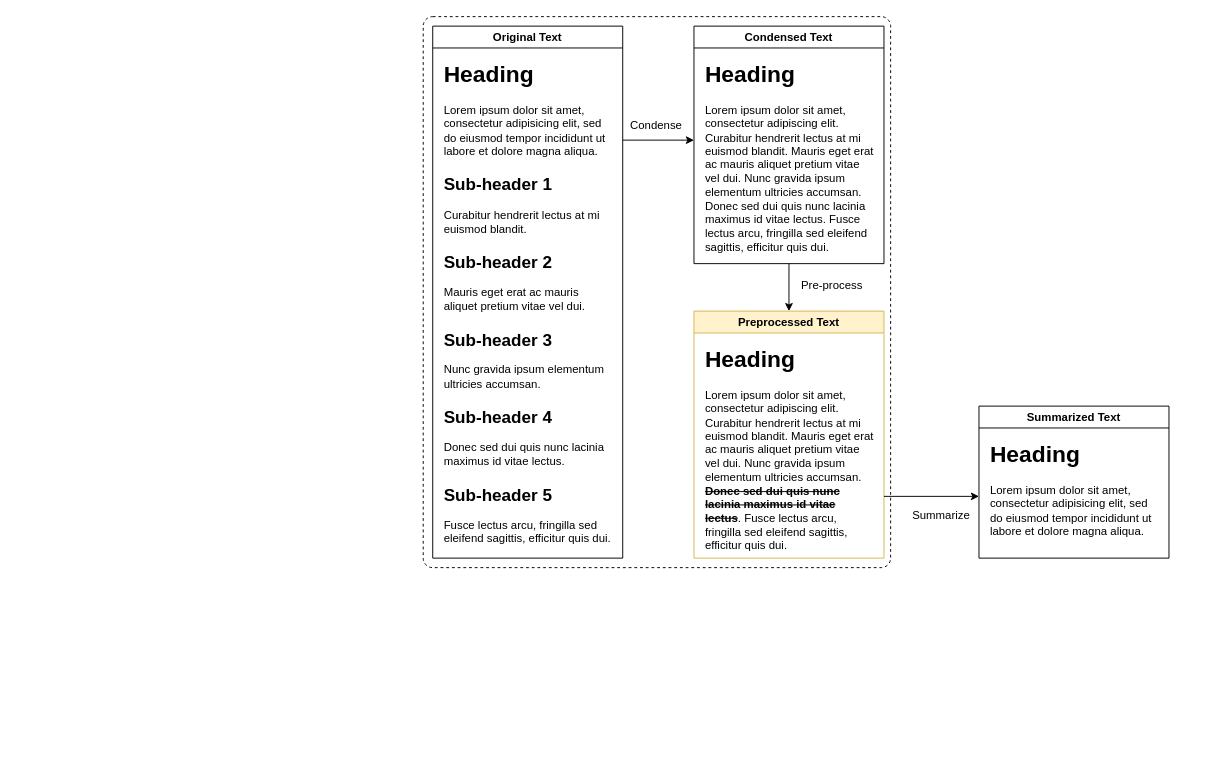
The draw.io diagram page "Proposed data condensing process PPT" (14 of 16) of documents/thesis/diagram/thesis.drawio in Z3n0n3005/Report-Generation, before the edit. Source tidied: cells renumbered, new cells numbered last; positions are measured from the earlier drawing's top-left corner, leaving out a move shared by most shapes. Both pictures are drawn from the tidied source at 95%, with x=0, y=0 at pixel (423, 16).
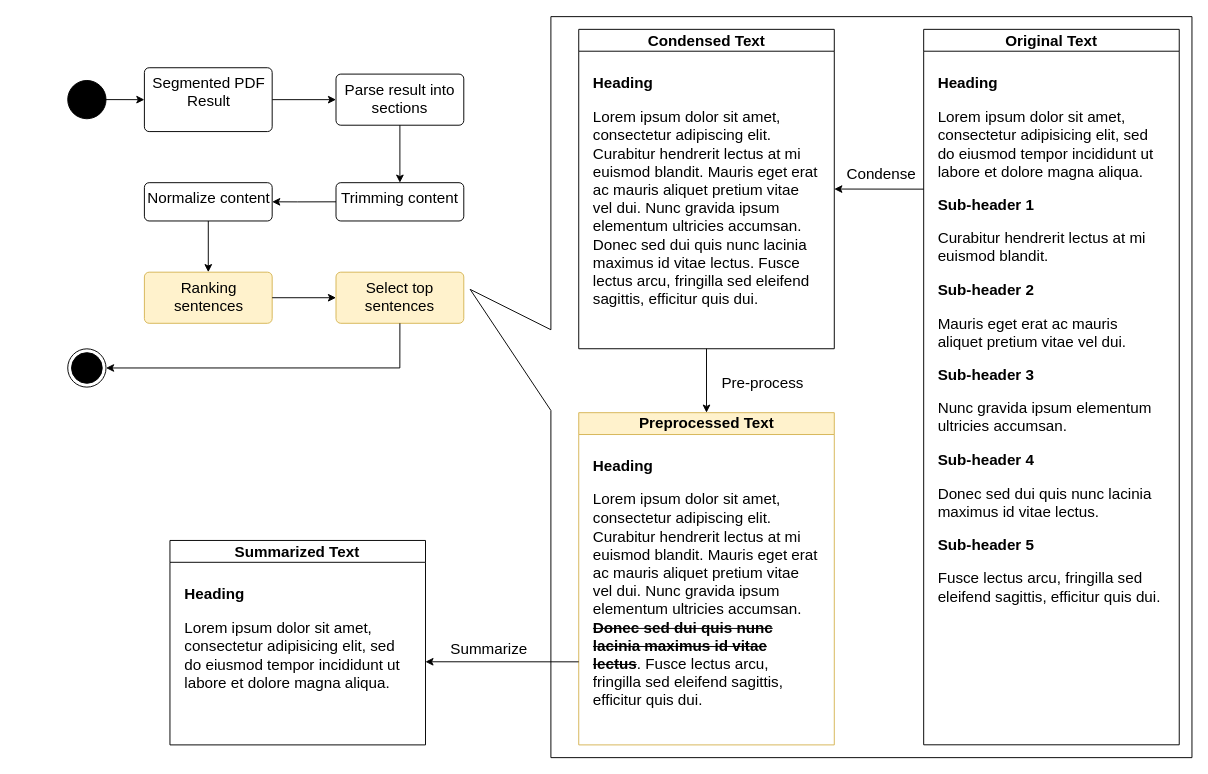
Above is the later version.

The edit, as a diff of the source:
```diff
@@
-    <mxCell id="2" style="html=1;align=center;verticalAlign=top;rounded=1;absoluteArcSize=1;arcSize=20;dashed=1;whiteSpace=wrap;" parent="1" vertex="1">
-      <mxGeometry width="492" height="580" as="geometry" />
-    </mxCell>
+    <mxCell id="17" style="group;fontSize=16;" parent="1" vertex="1">
+      <mxGeometry x="-428" width="1237.2" height="780" as="geometry" />
+    </mxCell>
+    <mxCell id="18" style="whiteSpace=wrap;html=1;shape=mxgraph.basic.rectCallout;dx=372.09;dy=85;boundedLbl=1;rotation=90;" parent="17" vertex="1">
+      <mxGeometry x="467.3" y="10.1" width="780" height="759.8" as="geometry" />
+    </mxCell>
-    <mxCell id="3" value="Original Text" style="swimlane;whiteSpace=wrap;html=1;" parent="1" vertex="1">
-      <mxGeometry x="10" y="10" width="200" height="560" as="geometry" />
+    <mxCell id="3" value="&lt;font style=&quot;font-size: 16px;&quot;&gt;Original Text&lt;/font&gt;" style="swimlane;whiteSpace=wrap;html=1;" parent="17" vertex="1">
+      <mxGeometry x="954.8" y="13.4" width="269" height="753.1" as="geometry" />
     </mxCell>
-    <mxCell id="4" value="&lt;h1 style=&quot;margin-top: 0px;&quot;&gt;Heading&lt;/h1&gt;&lt;p&gt;Lorem ipsum dolor sit amet, consectetur adipisicing elit, sed do eiusmod tempor incididunt ut labore et dolore magna aliqua.&lt;/p&gt;&lt;h1 style=&quot;margin-top: 0px; margin-bottom: 0px;&quot;&gt;&lt;font style=&quot;font-size: 18px;&quot;&gt;Sub-header 1&lt;/font&gt;&lt;/h1&gt;&lt;p&gt;Curabitur hendrerit lectus at mi euismod blandit.&lt;/p&gt;&lt;h1 style=&quot;margin-top: 0px; margin-bottom: 0px;&quot;&gt;&lt;font style=&quot;font-size: 18px;&quot;&gt;Sub-header 2&lt;/font&gt;&lt;/h1&gt;&lt;p&gt;Mauris eget erat ac mauris aliquet pretium vitae vel dui.&lt;/p&gt;&lt;h1 style=&quot;margin-top: 0px; margin-bottom: 0px;&quot;&gt;&lt;font style=&quot;font-size: 18px;&quot;&gt;Sub-header 3&lt;/font&gt;&lt;/h1&gt;&lt;p&gt;Nunc gravida ipsum elementum ultricies accumsan.&lt;/p&gt;&lt;h1 style=&quot;margin-top: 0px; margin-bottom: 0px;&quot;&gt;&lt;font style=&quot;font-size: 18px;&quot;&gt;Sub-header 4&lt;/font&gt;&lt;/h1&gt;&lt;p&gt;Donec sed dui quis nunc lacinia maximus id vitae lectus.&lt;/p&gt;&lt;h1 style=&quot;margin-top: 0px; margin-bottom: 0px;&quot;&gt;&lt;font style=&quot;font-size: 18px;&quot;&gt;Sub-header 5&lt;/font&gt;&lt;/h1&gt;&lt;p&gt;Fusce lectus arcu, fringilla sed eleifend sagittis, efficitur quis dui.&lt;/p&gt;" style="text;html=1;whiteSpace=wrap;overflow=hidden;rounded=0;" parent="3" vertex="1">
-      <mxGeometry x="10" y="30" width="180" height="520" as="geometry" />
+    <mxCell id="4" value="&lt;h1 style=&quot;margin-top: 0px; font-size: 16px;&quot;&gt;Heading&lt;/h1&gt;&lt;p style=&quot;font-size: 16px;&quot;&gt;Lorem ipsum dolor sit amet, consectetur adipisicing elit, sed do eiusmod tempor incididunt ut labore et dolore magna aliqua.&lt;/p&gt;&lt;h1 style=&quot;margin-top: 0px; margin-bottom: 0px; font-size: 16px;&quot;&gt;&lt;font style=&quot;font-size: 16px;&quot;&gt;Sub-header 1&lt;/font&gt;&lt;/h1&gt;&lt;p style=&quot;font-size: 16px;&quot;&gt;Curabitur hendrerit lectus at mi euismod blandit.&lt;/p&gt;&lt;h1 style=&quot;margin-top: 0px; margin-bottom: 0px; font-size: 16px;&quot;&gt;&lt;font style=&quot;font-size: 16px;&quot;&gt;Sub-header 2&lt;/font&gt;&lt;/h1&gt;&lt;p style=&quot;font-size: 16px;&quot;&gt;Mauris eget erat ac mauris aliquet pretium vitae vel dui.&lt;/p&gt;&lt;h1 style=&quot;margin-top: 0px; margin-bottom: 0px; font-size: 16px;&quot;&gt;&lt;font style=&quot;font-size: 16px;&quot;&gt;Sub-header 3&lt;/font&gt;&lt;/h1&gt;&lt;p style=&quot;font-size: 16px;&quot;&gt;Nunc gravida ipsum elementum ultricies accumsan.&lt;/p&gt;&lt;h1 style=&quot;margin-top: 0px; margin-bottom: 0px; font-size: 16px;&quot;&gt;&lt;font style=&quot;font-size: 16px;&quot;&gt;Sub-header 4&lt;/font&gt;&lt;/h1&gt;&lt;p style=&quot;font-size: 16px;&quot;&gt;Donec sed dui quis nunc lacinia maximus id vitae lectus.&lt;/p&gt;&lt;h1 style=&quot;margin-top: 0px; margin-bottom: 0px; font-size: 16px;&quot;&gt;&lt;font style=&quot;font-size: 16px;&quot;&gt;Sub-header 5&lt;/font&gt;&lt;/h1&gt;&lt;p style=&quot;font-size: 16px;&quot;&gt;Fusce lectus arcu, fringilla sed eleifend sagittis, efficitur quis dui.&lt;/p&gt;" style="text;html=1;whiteSpace=wrap;overflow=hidden;rounded=0;fontSize=16;" parent="3" vertex="1">
+      <mxGeometry x="13.4" y="40.3" width="242.1" height="699.3" as="geometry" />
     </mxCell>
-    <mxCell id="5" value="Condensed Text" style="swimlane;whiteSpace=wrap;html=1;" parent="1" vertex="1">
-      <mxGeometry x="285" y="10" width="200" height="250" as="geometry" />
+    <mxCell id="5" value="&lt;font style=&quot;font-size: 16px;&quot;&gt;Condensed Text&lt;/font&gt;" style="swimlane;whiteSpace=wrap;html=1;" parent="17" vertex="1">
+      <mxGeometry x="591.7" y="13.4" width="269" height="336.2" as="geometry" />
     </mxCell>
-    <mxCell id="6" value="&lt;h1 style=&quot;margin-top: 0px;&quot;&gt;Heading&lt;/h1&gt;&lt;p&gt;Lorem ipsum dolor sit amet, consectetur adipiscing elit. Curabitur hendrerit lectus at mi euismod blandit. Mauris eget erat ac mauris aliquet pretium vitae vel dui. Nunc gravida ipsum elementum ultricies accumsan. Donec sed dui quis nunc lacinia maximus id vitae lectus.&amp;nbsp;&lt;span style=&quot;background-color: initial;&quot;&gt;Fusce lectus arcu, fringilla sed eleifend sagittis, efficitur quis dui.&lt;/span&gt;&lt;br&gt;&lt;/p&gt;" style="text;html=1;whiteSpace=wrap;overflow=hidden;rounded=0;" parent="5" vertex="1">
-      <mxGeometry x="10" y="30" width="180" height="220" as="geometry" />
+    <mxCell id="6" value="&lt;h1 style=&quot;margin-top: 0px; font-size: 16px;&quot;&gt;Heading&lt;/h1&gt;&lt;p style=&quot;font-size: 16px;&quot;&gt;Lorem ipsum dolor sit amet, consectetur adipiscing elit. Curabitur hendrerit lectus at mi euismod blandit. Mauris eget erat ac mauris aliquet pretium vitae vel dui. Nunc gravida ipsum elementum ultricies accumsan. Donec sed dui quis nunc lacinia maximus id vitae lectus.&amp;nbsp;&lt;span style=&quot;background-color: initial; font-size: 16px;&quot;&gt;Fusce lectus arcu, fringilla sed eleifend sagittis, efficitur quis dui.&lt;/span&gt;&lt;br style=&quot;font-size: 16px;&quot;&gt;&lt;/p&gt;" style="text;html=1;whiteSpace=wrap;overflow=hidden;rounded=0;fontSize=16;" parent="5" vertex="1">
+      <mxGeometry x="13.4" y="40.3" width="242.1" height="295.9" as="geometry" />
     </mxCell>
-    <mxCell id="7" value="Summarized Text" style="swimlane;whiteSpace=wrap;html=1;" parent="1" vertex="1">
-      <mxGeometry x="585" y="410" width="200" height="160" as="geometry" />
+    <mxCell id="7" value="&lt;font style=&quot;font-size: 16px;&quot;&gt;Summarized Text&lt;/font&gt;" style="swimlane;whiteSpace=wrap;html=1;" parent="17" vertex="1">
+      <mxGeometry x="161.4" y="551.4" width="269" height="215.2" as="geometry" />
     </mxCell>
-    <mxCell id="8" value="&lt;h1 style=&quot;margin-top: 0px;&quot;&gt;Heading&lt;/h1&gt;&lt;p&gt;Lorem ipsum dolor sit amet, consectetur adipisicing elit, sed do eiusmod tempor incididunt ut labore et dolore magna aliqua.&lt;/p&gt;" style="text;html=1;whiteSpace=wrap;overflow=hidden;rounded=0;" parent="7" vertex="1">
-      <mxGeometry x="10" y="30" width="180" height="120" as="geometry" />
+    <mxCell id="8" value="&lt;h1 style=&quot;margin-top: 0px; font-size: 16px;&quot;&gt;Heading&lt;/h1&gt;&lt;p style=&quot;font-size: 16px;&quot;&gt;Lorem ipsum dolor sit amet, consectetur adipisicing elit, sed do eiusmod tempor incididunt ut labore et dolore magna aliqua.&lt;/p&gt;" style="text;html=1;whiteSpace=wrap;overflow=hidden;rounded=0;fontSize=16;" parent="7" vertex="1">
+      <mxGeometry x="13.4" y="40.3" width="242.1" height="161.4" as="geometry" />
     </mxCell>
-    <mxCell id="9" style="endArrow=classic;html=1;rounded=0;entryX=0.5;entryY=0;entryDx=0;entryDy=0;exitX=0.5;exitY=1;exitDx=0;exitDy=0;" parent="1" edge="1" source="5" target="11">
+    <mxCell id="9" style="endArrow=classic;html=1;rounded=0;entryX=0.5;entryY=0;entryDx=0;entryDy=0;exitX=0.5;exitY=1;exitDx=0;exitDy=0;" parent="17" edge="1" source="5" target="11">
       <mxGeometry relative="1" as="geometry" />
     </mxCell>
-    <mxCell id="10" value="Condense" style="text;html=1;align=center;verticalAlign=middle;strokeColor=none;fillColor=none;" parent="1" vertex="1">
-      <mxGeometry x="205" y="100" width="80" height="30" as="geometry" />
+    <mxCell id="10" value="Condense" style="text;html=1;align=center;verticalAlign=middle;strokeColor=none;fillColor=none;fontSize=16;" parent="17" vertex="1">
+      <mxGeometry x="860" y="150" width="100" height="30" as="geometry" />
     </mxCell>
-    <mxCell id="11" value="Preprocessed Text" style="swimlane;whiteSpace=wrap;html=1;fillColor=#fff2cc;strokeColor=#d6b656;" parent="1" vertex="1">
-      <mxGeometry x="285" y="310" width="200" height="260" as="geometry" />
+    <mxCell id="11" value="&lt;font style=&quot;font-size: 16px;&quot;&gt;Preprocessed Text&lt;/font&gt;" style="swimlane;whiteSpace=wrap;html=1;fillColor=#fff2cc;strokeColor=#d6b656;" parent="17" vertex="1">
+      <mxGeometry x="591.7" y="416.9" width="269" height="349.7" as="geometry" />
     </mxCell>
-    <mxCell id="12" value="&lt;h1 style=&quot;margin-top: 0px;&quot;&gt;Heading&lt;/h1&gt;&lt;p&gt;Lorem ipsum dolor sit amet, consectetur adipiscing elit. Curabitur hendrerit lectus at mi euismod blandit. Mauris eget erat ac mauris aliquet pretium vitae vel dui. Nunc gravida ipsum elementum ultricies accumsan. &lt;strike&gt;&lt;b&gt;Donec sed dui quis nunc lacinia maximus id vitae lectus&lt;/b&gt;&lt;/strike&gt;.&amp;nbsp;&lt;span style=&quot;background-color: initial;&quot;&gt;Fusce lectus arcu, fringilla sed eleifend sagittis, efficitur quis dui.&lt;/span&gt;&lt;br&gt;&lt;/p&gt;" style="text;html=1;whiteSpace=wrap;overflow=hidden;rounded=0;" parent="11" vertex="1">
-      <mxGeometry x="10" y="30" width="180" height="220" as="geometry" />
+    <mxCell id="12" value="&lt;h1 style=&quot;margin-top: 0px; font-size: 16px;&quot;&gt;Heading&lt;/h1&gt;&lt;p style=&quot;font-size: 16px;&quot;&gt;Lorem ipsum dolor sit amet, consectetur adipiscing elit. Curabitur hendrerit lectus at mi euismod blandit. Mauris eget erat ac mauris aliquet pretium vitae vel dui. Nunc gravida ipsum elementum ultricies accumsan. &lt;strike style=&quot;font-size: 16px;&quot;&gt;&lt;b style=&quot;font-size: 16px;&quot;&gt;Donec sed dui quis nunc lacinia maximus id vitae lectus&lt;/b&gt;&lt;/strike&gt;.&amp;nbsp;&lt;span style=&quot;background-color: initial; font-size: 16px;&quot;&gt;Fusce lectus arcu, fringilla sed eleifend sagittis, efficitur quis dui.&lt;/span&gt;&lt;br style=&quot;font-size: 16px;&quot;&gt;&lt;/p&gt;" style="text;html=1;whiteSpace=wrap;overflow=hidden;rounded=0;fontSize=16;" parent="11" vertex="1">
+      <mxGeometry x="13.4" y="40.3" width="242.1" height="295.9" as="geometry" />
     </mxCell>
-    <mxCell id="13" style="endArrow=classic;html=1;rounded=0;exitX=1;exitY=0.75;exitDx=0;exitDy=0;" parent="1" edge="1" source="11">
+    <mxCell id="13" style="endArrow=classic;html=1;rounded=0;exitX=0;exitY=0.75;exitDx=0;exitDy=0;" parent="17" edge="1" source="11">
       <mxGeometry relative="1" as="geometry">
-        <mxPoint x="585" y="505" as="targetPoint" />
+        <mxPoint x="430.3" y="679.1" as="targetPoint" />
       </mxGeometry>
     </mxCell>
-    <mxCell id="14" value="Summarize" style="text;html=1;align=center;verticalAlign=middle;strokeColor=none;fillColor=none;" parent="1" vertex="1">
-      <mxGeometry x="505" y="510" width="80" height="30" as="geometry" />
+    <mxCell id="14" value="Summarize" style="text;html=1;align=center;verticalAlign=middle;strokeColor=none;fillColor=none;fontSize=16;" parent="17" vertex="1">
+      <mxGeometry x="447.2" y="650" width="100" height="30" as="geometry" />
     </mxCell>
-    <mxCell id="15" value="Pre-process" style="text;html=1;align=center;verticalAlign=middle;strokeColor=none;fillColor=none;" parent="1" vertex="1">
-      <mxGeometry x="385" y="268" width="90" height="30" as="geometry" />
+    <mxCell id="15" value="&lt;font style=&quot;font-size: 16px;&quot;&gt;Pre-process&lt;/font&gt;" style="text;html=1;align=center;verticalAlign=middle;strokeColor=none;fillColor=none;" parent="17" vertex="1">
+      <mxGeometry x="730" y="370" width="110" height="30" as="geometry" />
     </mxCell>
-    <mxCell id="16" style="endArrow=classic;html=1;rounded=0;" parent="1" edge="1">
+    <mxCell id="16" style="endArrow=classic;html=1;rounded=0;entryX=1;entryY=0.5;entryDx=0;entryDy=0;" parent="17" edge="1" target="5">
       <mxGeometry relative="1" as="geometry">
-        <mxPoint x="210" y="130" as="sourcePoint" />
-        <mxPoint x="285" y="130" as="targetPoint" />
+        <mxPoint x="954.8" y="181.6" as="sourcePoint" />
       </mxGeometry>
     </mxCell>
+    <mxCell id="19" style="group;" parent="17" vertex="1">
+      <mxGeometry y="53.8" width="470.7" height="336.2" as="geometry" />
+    </mxCell>
+    <mxCell id="20" style="edgeStyle=orthogonalEdgeStyle;rounded=0;jettySize=auto;html=1;exitX=1;exitY=0.5;exitDx=0;exitDy=0;entryX=0;entryY=0.5;entryDx=0;entryDy=0;" parent="19" edge="1" source="21" target="25">
+      <mxGeometry relative="1" as="geometry" />
+    </mxCell>
+    <mxCell id="21" value="Segmented PDF Result" style="html=1;align=center;verticalAlign=top;rounded=1;absoluteArcSize=1;arcSize=10;dashed=0;whiteSpace=wrap;fontSize=16;" parent="19" vertex="1">
+      <mxGeometry x="134.5" width="134.5" height="67.2" as="geometry" />
+    </mxCell>
+    <mxCell id="22" style="edgeStyle=orthogonalEdgeStyle;rounded=0;jettySize=auto;html=1;exitX=1;exitY=0.5;exitDx=0;exitDy=0;entryX=0;entryY=0.5;entryDx=0;entryDy=0;" parent="19" edge="1" source="23" target="21">
+      <mxGeometry relative="1" as="geometry" />
+    </mxCell>
+    <mxCell id="23" style="ellipse;fillColor=strokeColor;html=1;" parent="19" vertex="1">
+      <mxGeometry x="53.8" y="13.4" width="40.3" height="40.3" as="geometry" />
+    </mxCell>
+    <mxCell id="24" style="ellipse;html=1;shape=endState;fillColor=strokeColor;" parent="19" vertex="1">
+      <mxGeometry x="53.8" y="295.9" width="40.3" height="40.3" as="geometry" />
+    </mxCell>
+    <mxCell id="25" value="Parse result into sections" style="html=1;align=center;verticalAlign=top;rounded=1;absoluteArcSize=1;arcSize=10;dashed=0;whiteSpace=wrap;fontSize=16;" parent="19" vertex="1">
+      <mxGeometry x="336.2" y="6.7" width="134.5" height="53.8" as="geometry" />
+    </mxCell>
+    <mxCell id="26" value="Trimming content" style="html=1;align=center;verticalAlign=top;rounded=1;absoluteArcSize=1;arcSize=10;dashed=0;whiteSpace=wrap;fontSize=16;" parent="19" vertex="1">
+      <mxGeometry x="336.2" y="121" width="134.5" height="40.3" as="geometry" />
+    </mxCell>
+    <mxCell id="27" style="edgeStyle=orthogonalEdgeStyle;rounded=0;jettySize=auto;html=1;exitX=0.5;exitY=1;exitDx=0;exitDy=0;entryX=0.5;entryY=0;entryDx=0;entryDy=0;" parent="19" edge="1" source="25" target="26">
+      <mxGeometry relative="1" as="geometry" />
+    </mxCell>
+    <mxCell id="28" value="Normalize content" style="html=1;align=center;verticalAlign=top;rounded=1;absoluteArcSize=1;arcSize=10;dashed=0;whiteSpace=wrap;fontSize=16;" parent="19" vertex="1">
+      <mxGeometry x="134.5" y="121" width="134.5" height="40.3" as="geometry" />
+    </mxCell>
+    <mxCell id="29" style="edgeStyle=orthogonalEdgeStyle;rounded=0;jettySize=auto;html=1;exitX=0;exitY=0.5;exitDx=0;exitDy=0;entryX=1;entryY=0.5;entryDx=0;entryDy=0;" parent="19" edge="1" source="26" target="28">
+      <mxGeometry relative="1" as="geometry">
+        <Array as="points">
+          <mxPoint x="295.9" y="141.2" />
+          <mxPoint x="295.9" y="141.2" />
+        </Array>
+      </mxGeometry>
+    </mxCell>
+    <mxCell id="30" value="Ranking sentences" style="html=1;align=center;verticalAlign=top;rounded=1;absoluteArcSize=1;arcSize=10;dashed=0;whiteSpace=wrap;fillColor=#fff2cc;strokeColor=#d6b656;fontSize=16;" parent="19" vertex="1">
+      <mxGeometry x="134.5" y="215.2" width="134.5" height="53.8" as="geometry" />
+    </mxCell>
+    <mxCell id="31" style="edgeStyle=orthogonalEdgeStyle;rounded=0;jettySize=auto;html=1;exitX=0.5;exitY=1;exitDx=0;exitDy=0;entryX=0.5;entryY=0;entryDx=0;entryDy=0;" parent="19" edge="1" source="28" target="30">
+      <mxGeometry relative="1" as="geometry" />
+    </mxCell>
+    <mxCell id="32" value="Select top sentences" style="html=1;align=center;verticalAlign=top;rounded=1;absoluteArcSize=1;arcSize=10;dashed=0;whiteSpace=wrap;fillColor=#fff2cc;strokeColor=#d6b656;fontSize=16;" parent="19" vertex="1">
+      <mxGeometry x="336.2" y="215.2" width="134.5" height="53.8" as="geometry" />
+    </mxCell>
+    <mxCell id="33" style="edgeStyle=orthogonalEdgeStyle;rounded=0;jettySize=auto;html=1;exitX=1;exitY=0.5;exitDx=0;exitDy=0;entryX=0;entryY=0.5;entryDx=0;entryDy=0;" parent="19" edge="1" source="30" target="32">
+      <mxGeometry relative="1" as="geometry" />
+    </mxCell>
+    <mxCell id="34" style="edgeStyle=orthogonalEdgeStyle;rounded=0;jettySize=auto;html=1;exitX=0.5;exitY=1;exitDx=0;exitDy=0;entryX=1;entryY=0.5;entryDx=0;entryDy=0;" parent="19" edge="1" source="32" target="24">
+      <mxGeometry relative="1" as="geometry" />
+    </mxCell>
```
